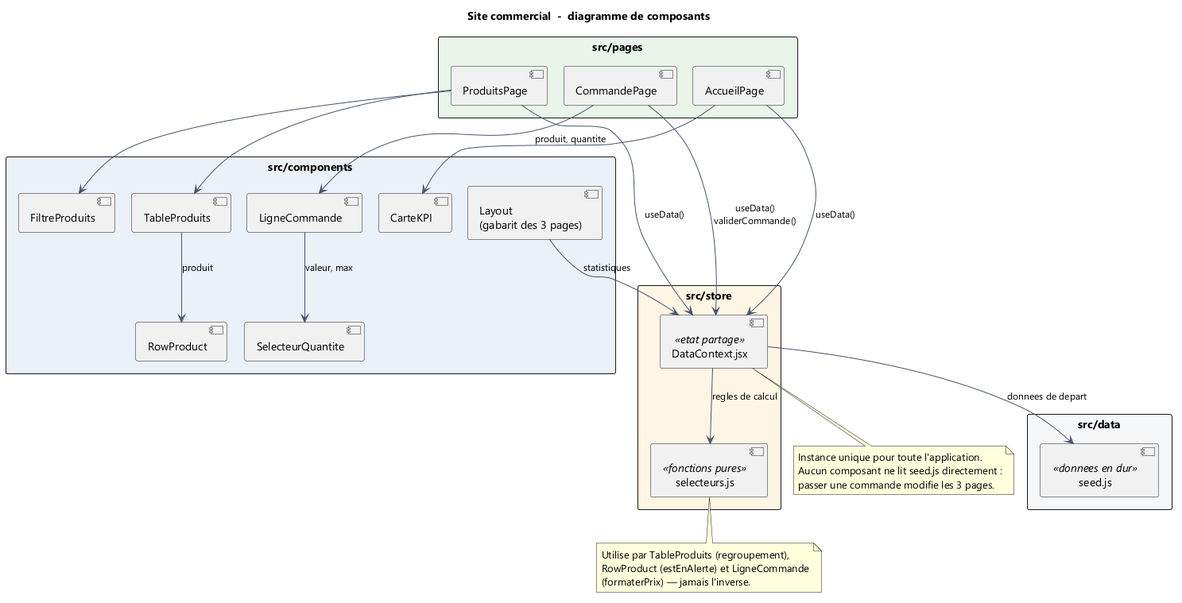
wenkais196-Gabriel/mini-projet-site-commercial keeps this PlantUML diagram as docs/diagrammes/01-diagramme-composants.png. Above is the earlier version.
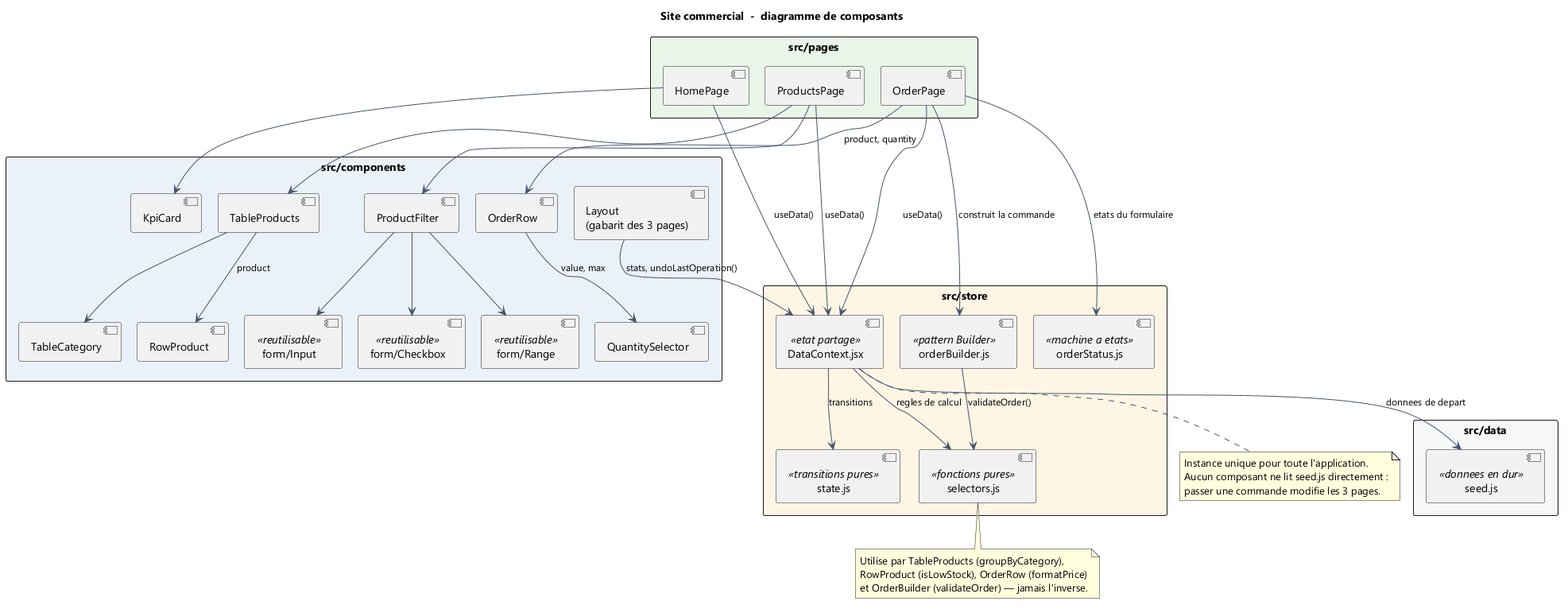
The same diagram one commit later.

What changed in the source:
```diff
@@ -11,24 +11,31 @@
 skinparam ranksep 50
 
 package "src/pages" #E8F5E9 {
-  component "AccueilPage" as Accueil
-  component "ProduitsPage" as Produits
-  component "CommandePage" as Commande
+  component "HomePage" as Accueil
+  component "ProductsPage" as Produits
+  component "OrderPage" as Commande
 }
 
 package "src/components" #EAF1F8 {
   component "Layout\n(gabarit des 3 pages)" as Layout
-  component "CarteKPI" as KPI
-  component "FiltreProduits" as Filtre
-  component "TableProduits" as Table
+  component "form/Input" as Input <<reutilisable>>
+  component "form/Checkbox" as Check <<reutilisable>>
+  component "form/Range" as Range <<reutilisable>>
+  component "KpiCard" as KPI
+  component "ProductFilter" as Filtre
+  component "TableProducts" as Table
+  component "TableCategory" as Cat
   component "RowProduct" as Row
-  component "LigneCommande" as Ligne
-  component "SelecteurQuantite" as SelQ
+  component "OrderRow" as Ligne
+  component "QuantitySelector" as SelQ
 }
 
 package "src/store" #FFF4E5 {
   component "DataContext.jsx" as Store <<etat partage>>
-  component "selecteurs.js" as Sel <<fonctions pures>>
+  component "selectors.js" as Sel <<fonctions pures>>
+  component "state.js" as Etat <<transitions pures>>
+  component "orderBuilder.js" as Builder <<pattern Builder>>
+  component "orderStatus.js" as Statut <<machine a etats>>
 }
 
 package "src/data" #F4F6F8 {
@@ -37,23 +44,31 @@
 
 Accueil --> Store : useData()
 Produits --> Store : useData()
-Commande --> Store : useData()\nvaliderCommande()
-Layout --> Store : statistiques
+Commande --> Store : useData()
+Commande --> Builder : construit la commande
+Commande --> Statut : etats du formulaire
+Layout --> Store : stats, undoLastOperation()
 
 Accueil --> KPI
 Produits --> Filtre
 Produits --> Table
-Table --> Row : produit
-Commande --> Ligne : produit, quantite
-Ligne --> SelQ : valeur, max
+Filtre --> Input
+Filtre --> Check
+Filtre --> Range
+Table --> Cat
+Table --> Row : product
+Commande --> Ligne : product, quantity
+Ligne --> SelQ : value, max
 
 Store --> Sel : regles de calcul
+Store --> Etat : transitions
 Store --> Seed : donnees de depart
+Builder --> Sel : validateOrder()
 
 note bottom of Sel
-  Utilise par TableProduits (regroupement),
-  RowProduct (estEnAlerte) et LigneCommande
-  (formaterPrix) — jamais l'inverse.
+  Utilise par TableProducts (groupByCategory),
+  RowProduct (isLowStock), OrderRow (formatPrice)
+  et OrderBuilder (validateOrder) — jamais l'inverse.
 end note
 
 note bottom of Store
```
